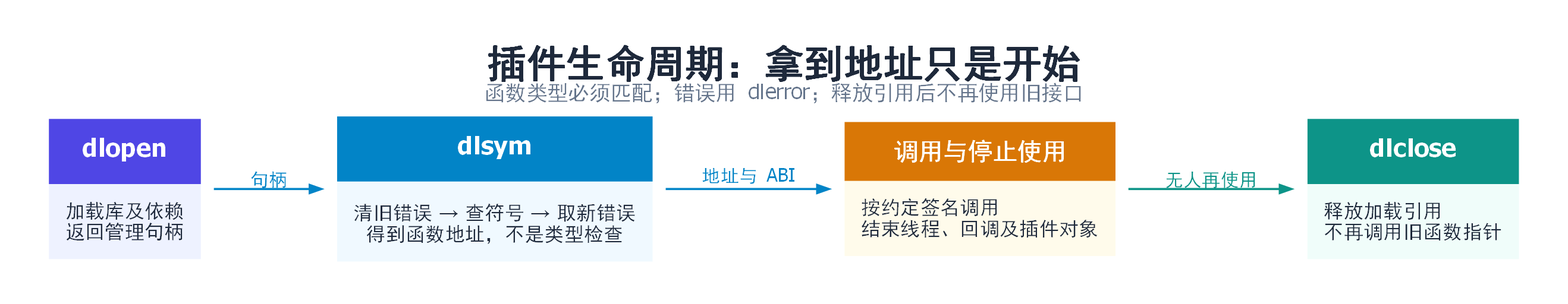
The Graphviz diagram Linux系统API/十一.库、调度与资源限制/assets/plugin-lifetime.png in zingerWang/Jobs, before a commit. Its source is kept beside it as Linux系统API/十一.库、调度与资源限制/assets/plugin-lifetime.dot. Its diagram source:
```dot
digraph G {
graph [rankdir=LR, bgcolor="white", dpi=200, pad=0.3, nodesep=0.22, ranksep=0.6, fontname="PingFang SC", labelloc=t, label=<<FONT POINT-SIZE="24" COLOR="#1E293B"><B>插件生命周期：拿到地址只是开始</B></FONT><BR/><FONT POINT-SIZE="13" COLOR="#64748B">函数类型必须匹配；错误用 dlerror；释放引用后不再使用旧接口</FONT>>];
node [shape=plaintext, fontname="PingFang SC"];
edge [fontname="PingFang SC", fontsize=11, arrowsize=0.7, arrowhead=normal, penwidth=1.3];
a [label=<<TABLE BORDER="0" CELLBORDER="0" CELLSPACING="0" CELLPADDING="10"><TR><TD BGCOLOR="#4F46E5"><FONT COLOR="white" POINT-SIZE="15"><B>dlopen</B></FONT></TD></TR><TR><TD BGCOLOR="#EEF2FF" ALIGN="LEFT"><FONT COLOR="#1E293B" POINT-SIZE="12">加载库及依赖<BR ALIGN="LEFT"/>返回管理句柄</FONT></TD></TR></TABLE>>];
b [label=<<TABLE BORDER="0" CELLBORDER="0" CELLSPACING="0" CELLPADDING="10"><TR><TD BGCOLOR="#0284C7"><FONT COLOR="white" POINT-SIZE="15"><B>dlsym</B></FONT></TD></TR><TR><TD BGCOLOR="#F0F9FF" ALIGN="LEFT"><FONT COLOR="#1E293B" POINT-SIZE="12">清旧错误 → 查符号 → 取新错误<BR ALIGN="LEFT"/>得到函数地址，不是类型检查</FONT></TD></TR></TABLE>>];
c [label=<<TABLE BORDER="0" CELLBORDER="0" CELLSPACING="0" CELLPADDING="10"><TR><TD BGCOLOR="#D97706"><FONT COLOR="white" POINT-SIZE="15"><B>调用与停止使用</B></FONT></TD></TR><TR><TD BGCOLOR="#FFFBEB" ALIGN="LEFT"><FONT COLOR="#1E293B" POINT-SIZE="12">按约定签名调用<BR ALIGN="LEFT"/>结束线程、回调及插件对象</FONT></TD></TR></TABLE>>];
d [label=<<TABLE BORDER="0" CELLBORDER="0" CELLSPACING="0" CELLPADDING="10"><TR><TD BGCOLOR="#0D9488"><FONT COLOR="white" POINT-SIZE="15"><B>dlclose</B></FONT></TD></TR><TR><TD BGCOLOR="#F0FDFA" ALIGN="LEFT"><FONT COLOR="#1E293B" POINT-SIZE="12">释放加载引用<BR ALIGN="LEFT"/>不再调用旧函数指针</FONT></TD></TR></TABLE>>];
a -> b [label="句柄", color="#0284C7", fontcolor="#0284C7"];
b -> c [label="地址与 ABI", color="#0284C7", fontcolor="#0284C7"];
c -> d [label="无人再使用", color="#0D9488", fontcolor="#0D9488"];

}
```
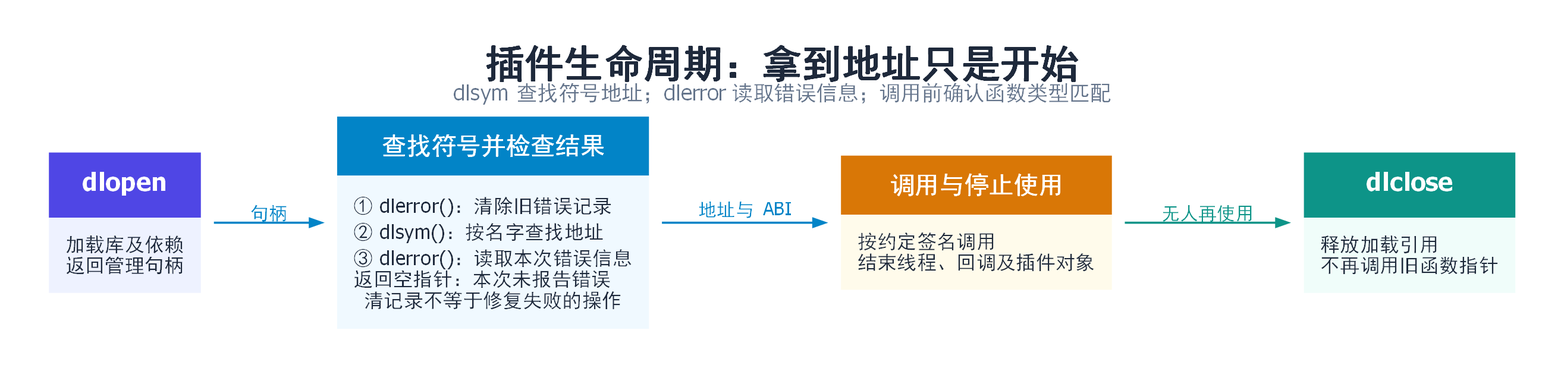
The same file after the commit.

Change to the diagram source:
```diff
@@ -1,9 +1,9 @@
 digraph G {
-graph [rankdir=LR, bgcolor="white", dpi=200, pad=0.3, nodesep=0.22, ranksep=0.6, fontname="PingFang SC", labelloc=t, label=<<FONT POINT-SIZE="24" COLOR="#1E293B"><B>插件生命周期：拿到地址只是开始</B></FONT><BR/><FONT POINT-SIZE="13" COLOR="#64748B">函数类型必须匹配；错误用 dlerror；释放引用后不再使用旧接口</FONT>>];
+graph [rankdir=LR, bgcolor="white", dpi=200, pad=0.3, nodesep=0.22, ranksep=0.6, fontname="PingFang SC", labelloc=t, label=<<FONT POINT-SIZE="24" COLOR="#1E293B"><B>插件生命周期：拿到地址只是开始</B></FONT><BR/><FONT POINT-SIZE="13" COLOR="#64748B">dlsym 查找符号地址；dlerror 读取错误信息；调用前确认函数类型匹配</FONT>>];
 node [shape=plaintext, fontname="PingFang SC"];
 edge [fontname="PingFang SC", fontsize=11, arrowsize=0.7, arrowhead=normal, penwidth=1.3];
 a [label=<<TABLE BORDER="0" CELLBORDER="0" CELLSPACING="0" CELLPADDING="10"><TR><TD BGCOLOR="#4F46E5"><FONT COLOR="white" POINT-SIZE="15"><B>dlopen</B></FONT></TD></TR><TR><TD BGCOLOR="#EEF2FF" ALIGN="LEFT"><FONT COLOR="#1E293B" POINT-SIZE="12">加载库及依赖<BR ALIGN="LEFT"/>返回管理句柄</FONT></TD></TR></TABLE>>];
-b [label=<<TABLE BORDER="0" CELLBORDER="0" CELLSPACING="0" CELLPADDING="10"><TR><TD BGCOLOR="#0284C7"><FONT COLOR="white" POINT-SIZE="15"><B>dlsym</B></FONT></TD></TR><TR><TD BGCOLOR="#F0F9FF" ALIGN="LEFT"><FONT COLOR="#1E293B" POINT-SIZE="12">清旧错误 → 查符号 → 取新错误<BR ALIGN="LEFT"/>得到函数地址，不是类型检查</FONT></TD></TR></TABLE>>];
+b [label=<<TABLE BORDER="0" CELLBORDER="0" CELLSPACING="0" CELLPADDING="10"><TR><TD BGCOLOR="#0284C7"><FONT COLOR="white" POINT-SIZE="15"><B>查找符号并检查结果</B></FONT></TD></TR><TR><TD BGCOLOR="#F0F9FF" ALIGN="LEFT"><FONT COLOR="#1E293B" POINT-SIZE="12">① dlerror()：清除旧错误记录<BR ALIGN="LEFT"/>② dlsym()：按名字查找地址<BR ALIGN="LEFT"/>③ dlerror()：读取本次错误信息<BR ALIGN="LEFT"/>返回空指针：本次未报告错误<BR ALIGN="LEFT"/>清记录不等于修复失败的操作</FONT></TD></TR></TABLE>>];
 c [label=<<TABLE BORDER="0" CELLBORDER="0" CELLSPACING="0" CELLPADDING="10"><TR><TD BGCOLOR="#D97706"><FONT COLOR="white" POINT-SIZE="15"><B>调用与停止使用</B></FONT></TD></TR><TR><TD BGCOLOR="#FFFBEB" ALIGN="LEFT"><FONT COLOR="#1E293B" POINT-SIZE="12">按约定签名调用<BR ALIGN="LEFT"/>结束线程、回调及插件对象</FONT></TD></TR></TABLE>>];
 d [label=<<TABLE BORDER="0" CELLBORDER="0" CELLSPACING="0" CELLPADDING="10"><TR><TD BGCOLOR="#0D9488"><FONT COLOR="white" POINT-SIZE="15"><B>dlclose</B></FONT></TD></TR><TR><TD BGCOLOR="#F0FDFA" ALIGN="LEFT"><FONT COLOR="#1E293B" POINT-SIZE="12">释放加载引用<BR ALIGN="LEFT"/>不再调用旧函数指针</FONT></TD></TR></TABLE>>];
 a -> b [label="句柄", color="#0284C7", fontcolor="#0284C7"];
```
